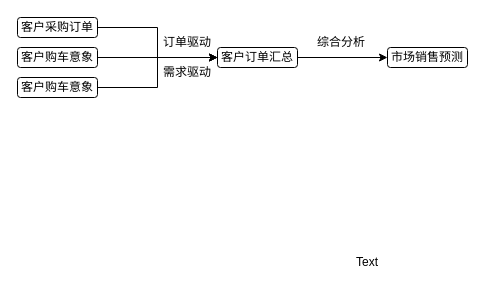
Before: mes+erp.drawio in yudar1024/drawio, a draw.io diagram. Source tidied: cells renumbered, new cells numbered last; positions are measured from the earlier drawing's top-left corner, leaving out a move shared by most shapes. Both pictures are drawn from the tidied source at 100%, with x=0, y=0 at pixel (17, 17).
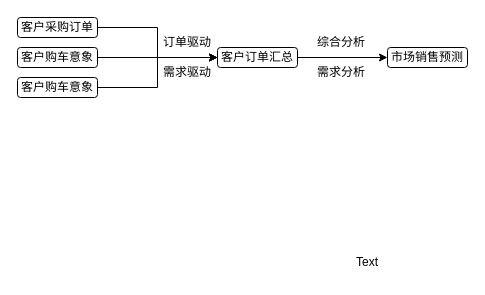
Above is the later version.

The edit, as a diff of the source:
```diff
@@
+    <mxCell id="19" value="需求分析" style="text;html=1;strokeColor=none;fillColor=none;align=center;verticalAlign=middle;whiteSpace=wrap;rounded=0;" parent="1" vertex="1">
+      <mxGeometry x="294" y="40" width="60" height="30" as="geometry" />
+    </mxCell>
```
